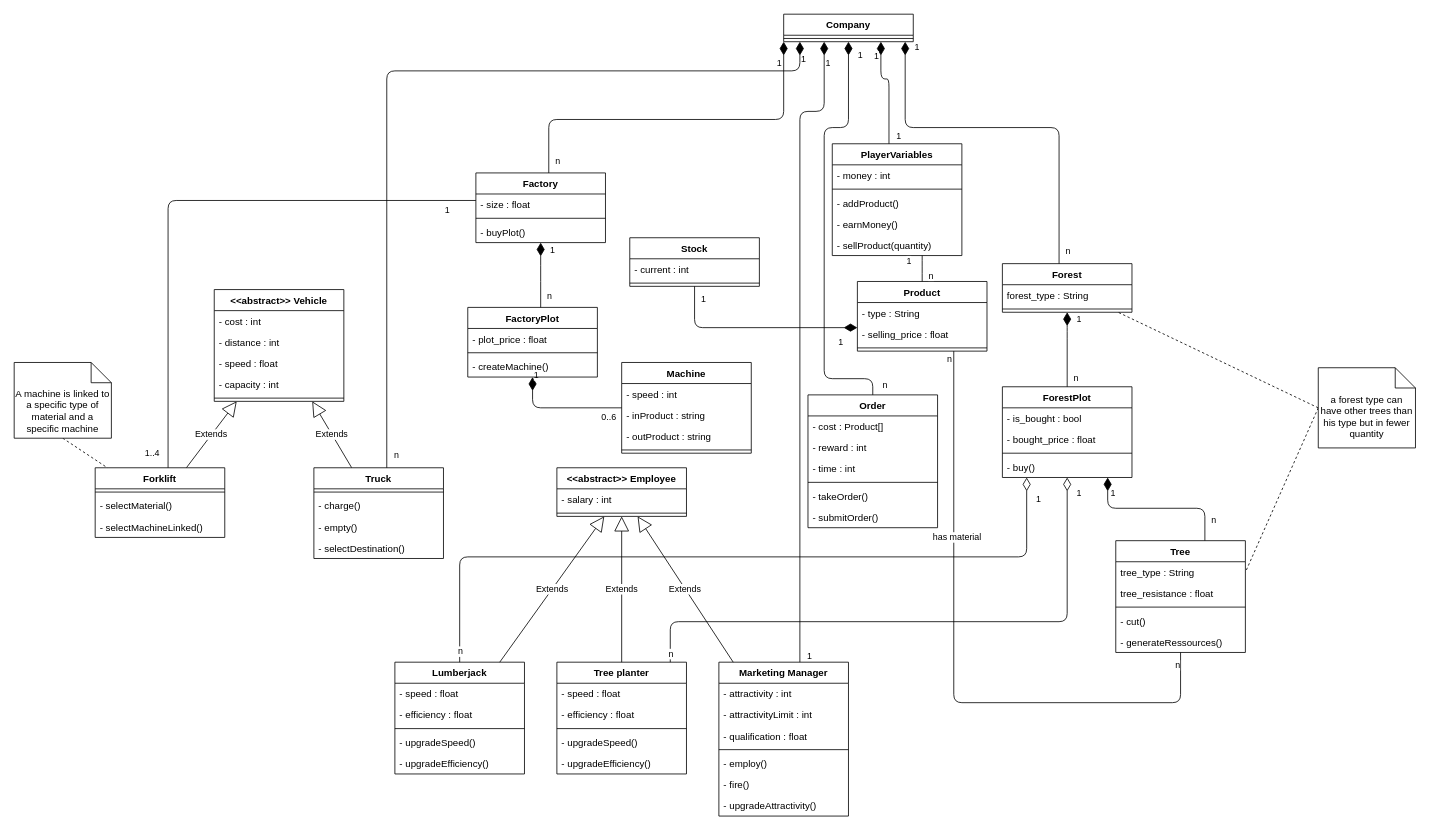
Before: page "MDC" (1 of 3) of UML_diagrams/reduced_visibility_uml.drawio in QuinD3cim/AP4B_Lumber, a draw.io diagram. Source tidied: cells renumbered, new cells numbered last; positions are measured from the earlier drawing's top-left corner, leaving out a move shared by most shapes. Both pictures are drawn from the tidied source at 81%, with x=0, y=0 at pixel (14, 14).
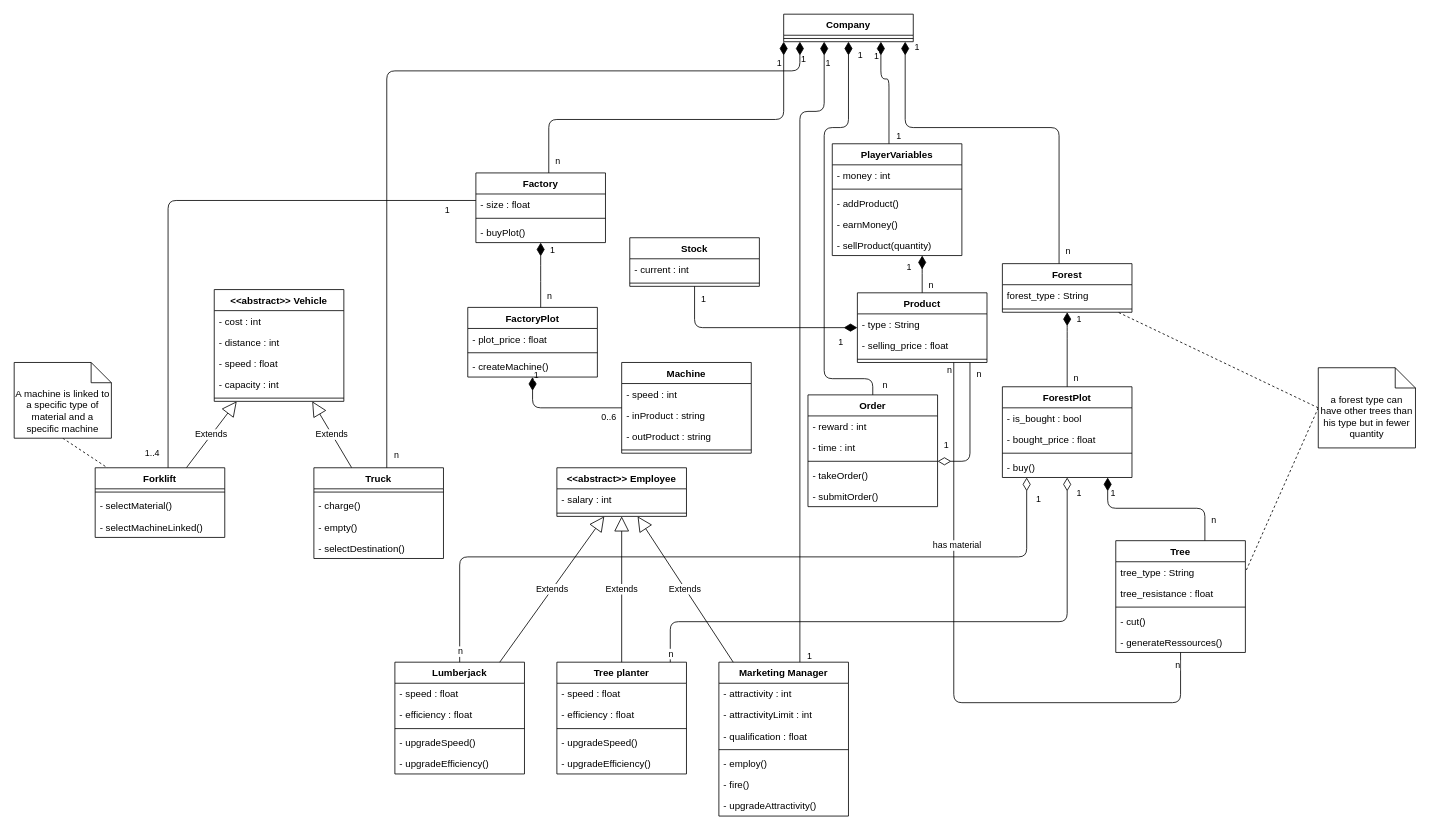
After the change.

Commit message (it also covers changes not shown here):
:memo: Modification of class_diagram

The change refers to these unchanged cells:
```xml
<mxCell id="10" value="- sellProduct(quantity)" style="text;strokeColor=none;fillColor=none;align=left;verticalAlign=top;spacingLeft=4;spacingRight=4;overflow=hidden;points=[[0,0.5],[1,0.5]];portConstraint=eastwest;" parent="5" vertex="1">
  <mxGeometry y="112" width="160" height="26" as="geometry" />
</mxCell>
```

Change to the diagram source:
```diff
@@
     <mxCell id="62" value="Product" style="swimlane;fontStyle=1;align=center;verticalAlign=top;horizontal=1;startSize=26;" parent="1" vertex="1">
-      <mxGeometry x="1041" y="330" width="160" height="86" as="geometry" />
+      <mxGeometry x="1041" y="344" width="160" height="86" as="geometry" />
     </mxCell>
@@
     <mxCell id="66" value="Order" style="swimlane;fontStyle=1;align=center;verticalAlign=top;horizontal=1;startSize=26;" parent="1" vertex="1">
-      <mxGeometry x="980" y="470" width="160" height="164" as="geometry" />
+      <mxGeometry x="980" y="470" width="160" height="138" as="geometry" />
     </mxCell>
-    <mxCell id="67" value="- cost : Product[]" style="text;strokeColor=none;fillColor=none;align=left;verticalAlign=top;spacingLeft=4;spacingRight=4;overflow=hidden;" parent="66" vertex="1">
-      <mxGeometry y="26" width="160" height="26" as="geometry" />
-    </mxCell>
     <mxCell id="68" value="- reward : int" style="text;strokeColor=none;fillColor=none;align=left;verticalAlign=top;spacingLeft=4;spacingRight=4;overflow=hidden;" parent="66" vertex="1">
-      <mxGeometry y="52" width="160" height="26" as="geometry" />
+      <mxGeometry y="26" width="160" height="26" as="geometry" />
     </mxCell>
     <mxCell id="69" value="- time : int" style="text;strokeColor=none;fillColor=none;align=left;verticalAlign=top;spacingLeft=4;spacingRight=4;overflow=hidden;" parent="66" vertex="1">
-      <mxGeometry y="78" width="160" height="26" as="geometry" />
+      <mxGeometry y="52" width="160" height="26" as="geometry" />
     </mxCell>
     <mxCell id="70" style="line;strokeWidth=1;fillColor=none;align=left;verticalAlign=middle;spacingTop=-1;spacingLeft=3;spacingRight=3;labelPosition=right;" parent="66" vertex="1">
-      <mxGeometry y="104" width="160" height="8" as="geometry" />
+      <mxGeometry y="78" width="160" height="8" as="geometry" />
     </mxCell>
     <mxCell id="71" value="- takeOrder()" style="text;strokeColor=none;fillColor=none;align=left;verticalAlign=top;spacingLeft=4;spacingRight=4;overflow=hidden;" parent="66" vertex="1">
-      <mxGeometry y="112" width="160" height="26" as="geometry" />
+      <mxGeometry y="86" width="160" height="26" as="geometry" />
     </mxCell>
     <mxCell id="72" value="- submitOrder()" style="text;strokeColor=none;fillColor=none;align=left;verticalAlign=top;spacingLeft=4;spacingRight=4;overflow=hidden;" parent="66" vertex="1">
-      <mxGeometry y="138" width="160" height="26" as="geometry" />
+      <mxGeometry y="112" width="160" height="26" as="geometry" />
     </mxCell>
@@
-    <mxCell id="89" value="1" style="endArrow=none;html=1;endSize=12;startArrow=none;startSize=14;startFill=1;edgeStyle=orthogonalEdgeStyle;align=left;verticalAlign=bottom;endFill=0;" parent="1" edge="1" source="10" target="62">
+    <mxCell id="89" value="1" style="endArrow=none;html=1;endSize=12;startArrow=diamondThin;startSize=14;startFill=1;edgeStyle=orthogonalEdgeStyle;align=left;verticalAlign=bottom;endFill=0;" parent="1" edge="1" source="10" target="62">
       <mxGeometry y="-21" relative="1" as="geometry">
         <Array as="points">
           <mxPoint x="1121" y="310" />
           <mxPoint x="1121" y="310" />
         </Array>
       </mxGeometry>
     </mxCell>
@@
+    <mxCell id="134" value="1" style="endArrow=none;html=1;endSize=12;startArrow=diamondThin;startSize=14;startFill=0;edgeStyle=orthogonalEdgeStyle;align=left;verticalAlign=bottom;endFill=0;" parent="1" edge="1" source="66" target="62">
+      <mxGeometry x="-0.92" y="10" relative="1" as="geometry">
+        <Array as="points">
+          <mxPoint x="1180" y="552" />
+        </Array>
+        <mxPoint y="-1" as="offset" />
+      </mxGeometry>
+    </mxCell>
+    <mxCell id="135" value="n" style="edgeLabel;html=1;align=center;verticalAlign=middle;" parent="134" vertex="1">
+      <mxGeometry x="0.97" relative="1" as="geometry">
+        <mxPoint x="10" y="12" as="offset" />
+      </mxGeometry>
+    </mxCell>
```
